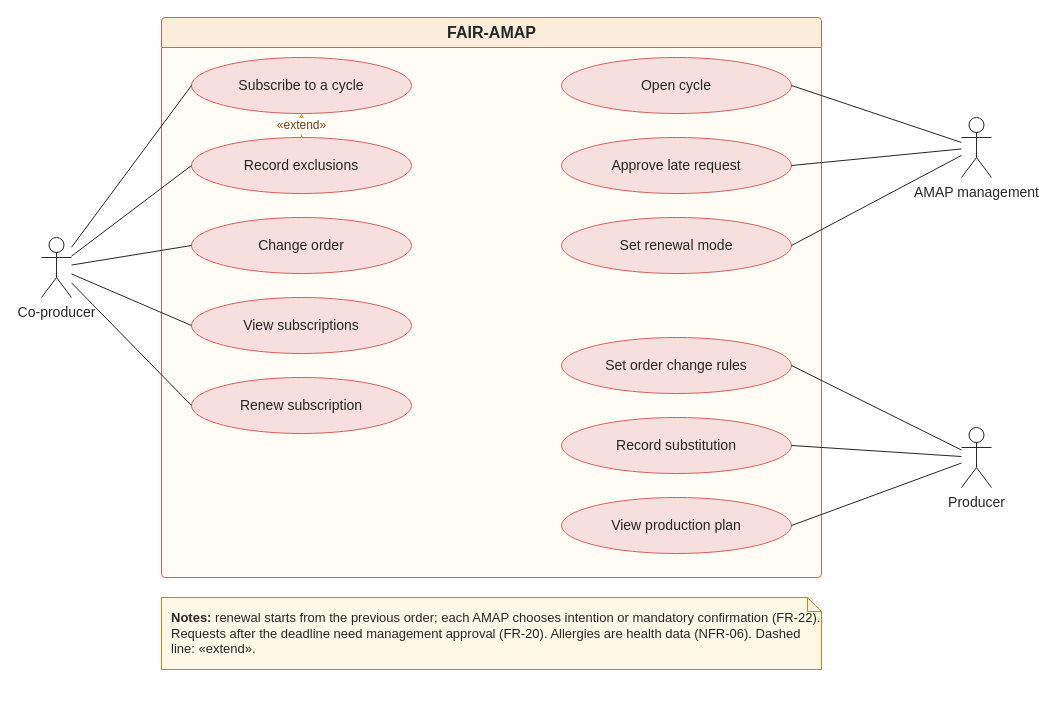
This is docs/requisitos/diagramas/casos_uso/CasosUsoRF03EN.drawio from BrunoAlvees/engreq_2627_G02, a draw.io file, before an edit. Source tidied: cells renumbered, new cells numbered last; positions are measured from the earlier drawing's top-left corner, leaving out a move shared by most shapes. Both pictures are drawn from the tidied source at 100%, with x=0, y=0 at pixel (41, 17).
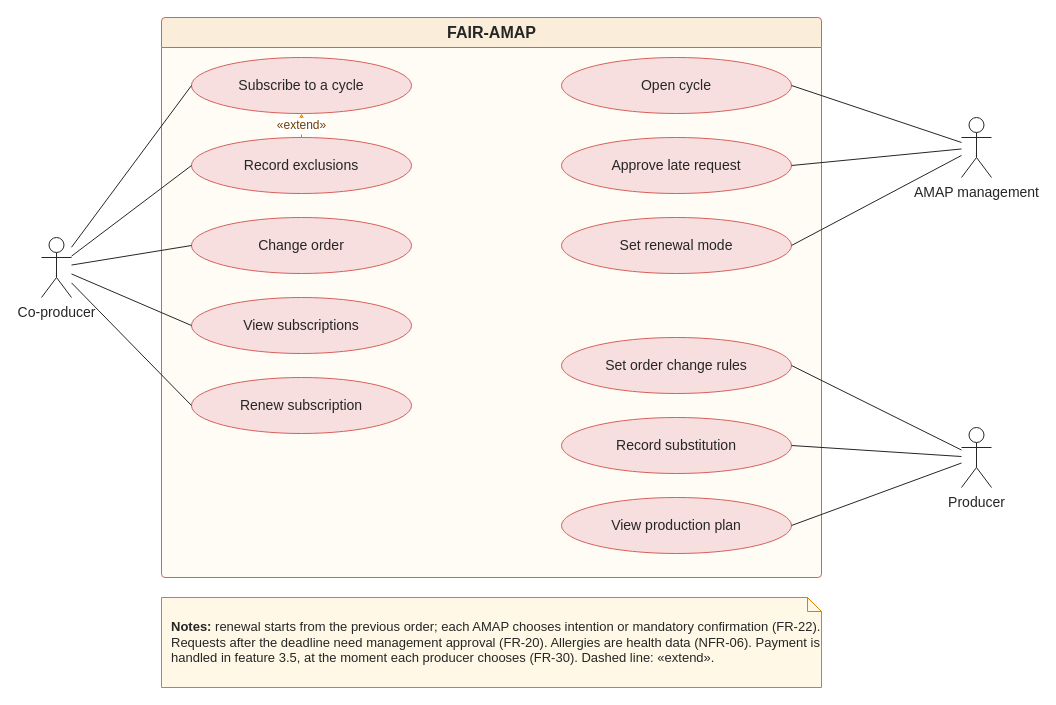
Above is the later version.

Commit message (it also covers changes not shown here):
Add use case diagrams and acceptance criteria for cycles and subscriptions feature

Diff of the diagram source:
```diff
@@
-    <mxCell id="29" value="&lt;b&gt;Notes:&lt;/b&gt; renewal starts from the previous order; each AMAP chooses intention or mandatory confirmation (FR-22). Requests after the deadline need management approval (FR-20). Allergies are health data (NFR-06). Dashed line: «extend»." style="shape=note;whiteSpace=wrap;html=1;size=14;fontSize=13;fillColor=#FFF8E6;strokeColor=#E17E00;fontColor=#262626;align=left;spacingLeft=8;" parent="1" vertex="1">
-      <mxGeometry x="120" y="580" width="660" height="72" as="geometry" />
+    <mxCell id="29" value="&lt;b&gt;Notes:&lt;/b&gt; renewal starts from the previous order; each AMAP chooses intention or mandatory confirmation (FR-22). Requests after the deadline need management approval (FR-20). Allergies are health data (NFR-06). Payment is handled in feature 3.5, at the moment each producer chooses (FR-30). Dashed line: «extend»." style="shape=note;whiteSpace=wrap;html=1;size=14;fontSize=13;fillColor=#FFF8E6;strokeColor=#E17E00;fontColor=#262626;align=left;spacingLeft=8;" parent="1" vertex="1">
+      <mxGeometry x="120" y="580" width="660" height="90" as="geometry" />
     </mxCell>
```
